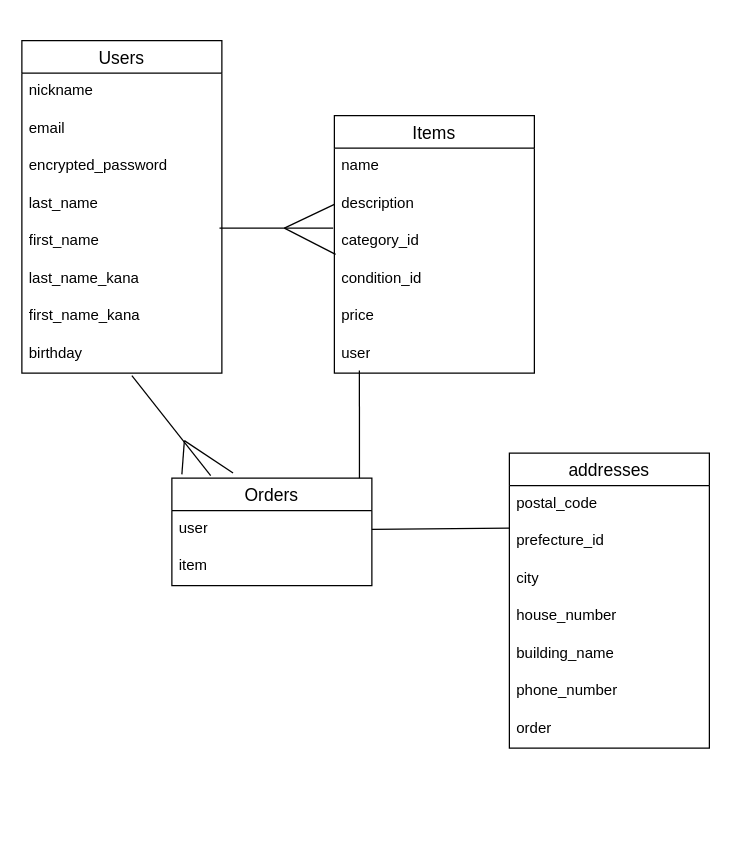
Earlier version of the draw.io diagram test.dio (toshi199709/furima-42323). Source tidied: cells renumbered, new cells numbered last; positions are measured from the earlier drawing's top-left corner, leaving out a move shared by most shapes. Both pictures are drawn from the tidied source at 125%, with x=0, y=0 at pixel (21, 40).
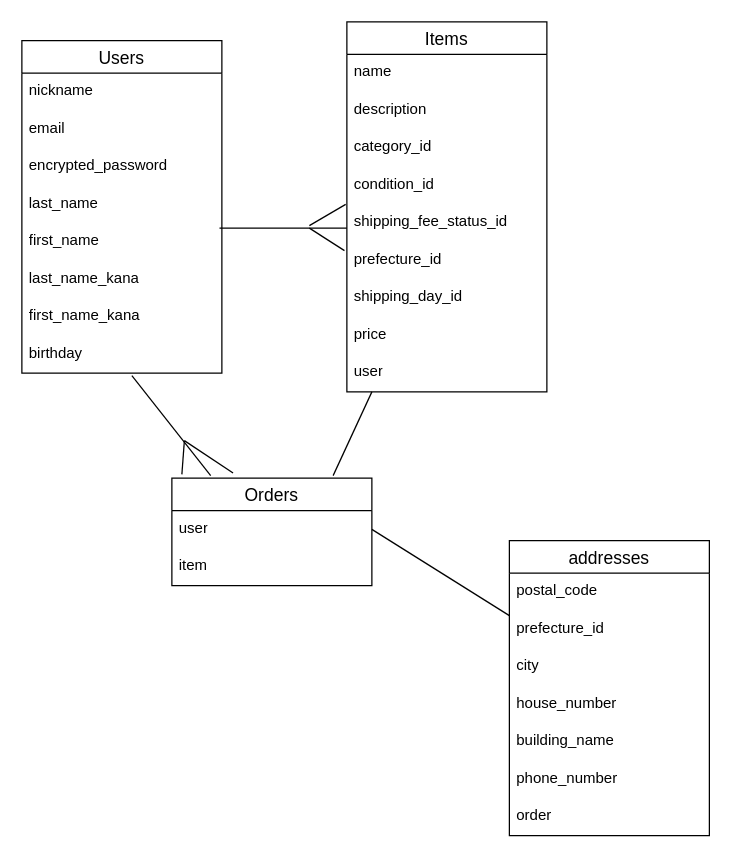
After the change.

The change refers to these unchanged cells:
```xml
<mxCell id="7" value="first_name&lt;div&gt;&lt;br&gt;&lt;/div&gt;" style="text;strokeColor=none;fillColor=none;spacingLeft=4;spacingRight=4;overflow=hidden;points=[[0,0.5],[1,0.5]];portConstraint=eastwest;fontSize=12;whiteSpace=wrap;html=1;" parent="2" vertex="1">
  <mxGeometry y="146" width="160" height="30" as="geometry" />
</mxCell>
<mxCell id="13" value="description" style="text;strokeColor=none;fillColor=none;spacingLeft=4;spacingRight=4;overflow=hidden;points=[[0,0.5],[1,0.5]];portConstraint=eastwest;fontSize=12;whiteSpace=wrap;html=1;" parent="11" vertex="1">
  <mxGeometry y="56" width="160" height="30" as="geometry" />
</mxCell>
<mxCell id="14" value="category_id" style="text;strokeColor=none;fillColor=none;spacingLeft=4;spacingRight=4;overflow=hidden;points=[[0,0.5],[1,0.5]];portConstraint=eastwest;fontSize=12;whiteSpace=wrap;html=1;" parent="11" vertex="1">
  <mxGeometry y="86" width="160" height="30" as="geometry" />
</mxCell>
<mxCell id="15" value="condition_id" style="text;strokeColor=none;fillColor=none;spacingLeft=4;spacingRight=4;overflow=hidden;points=[[0,0.5],[1,0.5]];portConstraint=eastwest;fontSize=12;whiteSpace=wrap;html=1;" parent="11" vertex="1">
  <mxGeometry y="116" width="160" height="30" as="geometry" />
</mxCell>
<mxCell id="18" value="Orders" style="swimlane;fontStyle=0;horizontal=1;startSize=26;align=center;fontSize=14;" parent="1" vertex="1">
  <mxGeometry x="120" y="350" width="160" height="86" as="geometry" />
</mxCell>
```

Change to the diagram source:
```diff
@@
     <mxCell id="11" value="Items" style="swimlane;fontStyle=0;horizontal=1;startSize=26;align=center;fontSize=14;" parent="1" vertex="1">
-      <mxGeometry x="250" y="60" width="160" height="206" as="geometry" />
+      <mxGeometry x="260" y="-15" width="160" height="296" as="geometry" />
     </mxCell>
@@
+    <mxCell id="36" value="shipping_fee_status_id" style="text;strokeColor=none;fillColor=none;spacingLeft=4;spacingRight=4;overflow=hidden;fontSize=12;whiteSpace=wrap;html=1;" parent="11" vertex="1">
+      <mxGeometry y="146" width="160" height="30" as="geometry" />
+    </mxCell>
+    <mxCell id="37" value="prefecture_id" style="text;strokeColor=none;fillColor=none;spacingLeft=4;spacingRight=4;overflow=hidden;points=[[0,0.5],[1,0.5]];portConstraint=eastwest;fontSize=12;whiteSpace=wrap;html=1;" parent="11" vertex="1">
+      <mxGeometry y="176" width="160" height="30" as="geometry" />
+    </mxCell>
+    <mxCell id="38" value="shipping_day_id" style="text;strokeColor=none;fillColor=none;spacingLeft=4;spacingRight=4;overflow=hidden;fontSize=12;whiteSpace=wrap;html=1;" parent="11" vertex="1">
+      <mxGeometry y="206" width="160" height="30" as="geometry" />
+    </mxCell>
     <mxCell id="16" value="price" style="text;strokeColor=none;fillColor=none;spacingLeft=4;spacingRight=4;overflow=hidden;fontSize=12;whiteSpace=wrap;html=1;" parent="11" vertex="1">
-      <mxGeometry y="146" width="160" height="30" as="geometry" />
+      <mxGeometry y="236" width="160" height="30" as="geometry" />
     </mxCell>
     <mxCell id="17" value="user" style="text;strokeColor=none;fillColor=none;spacingLeft=4;spacingRight=4;overflow=hidden;points=[[0,0.5],[1,0.5]];portConstraint=eastwest;fontSize=12;whiteSpace=wrap;html=1;" parent="11" vertex="1">
-      <mxGeometry y="176" width="160" height="30" as="geometry" />
+      <mxGeometry y="266" width="160" height="30" as="geometry" />
     </mxCell>
@@
     <mxCell id="21" value="addresses" style="swimlane;fontStyle=0;horizontal=1;startSize=26;align=center;fontSize=14;" parent="1" vertex="1">
-      <mxGeometry x="390" y="330" width="160" height="236" as="geometry" />
+      <mxGeometry x="390" y="400" width="160" height="236" as="geometry" />
     </mxCell>
@@
-    <mxCell id="29" style="endArrow=none;html=1;exitX=0.988;exitY=0.133;exitDx=0;exitDy=0;exitPerimeter=0;entryX=-0.006;entryY=0.133;entryDx=0;entryDy=0;entryPerimeter=0;" parent="1" edge="1" source="7" target="14">
-      <mxGeometry relative="1" as="geometry" />
+    <mxCell id="29" style="endArrow=none;html=1;exitX=0.988;exitY=0.133;exitDx=0;exitDy=0;exitPerimeter=0;" parent="1" edge="1" source="7">
+      <mxGeometry relative="1" as="geometry">
+        <mxPoint x="260" y="150" as="targetPoint" />
+      </mxGeometry>
     </mxCell>
-    <mxCell id="30" style="endArrow=none;html=1;entryX=0;entryY=0.5;entryDx=0;entryDy=0;" parent="1" edge="1" target="13">
-      <mxGeometry relative="1" as="geometry">
-        <mxPoint x="210" y="150" as="sourcePoint" />
-      </mxGeometry>
-    </mxCell>
-    <mxCell id="31" style="endArrow=none;html=1;entryX=0.006;entryY=0.833;entryDx=0;entryDy=0;entryPerimeter=0;" parent="1" edge="1" target="14">
-      <mxGeometry relative="1" as="geometry">
-        <mxPoint x="210" y="150" as="sourcePoint" />
-      </mxGeometry>
-    </mxCell>
@@
-    <mxCell id="36" style="endArrow=none;html=1;exitX=0.938;exitY=0;exitDx=0;exitDy=0;exitPerimeter=0;entryX=0.125;entryY=0.933;entryDx=0;entryDy=0;entryPerimeter=0;" parent="1" edge="1" source="18" target="17">
-      <mxGeometry relative="1" as="geometry" />
-    </mxCell>
+    <mxCell id="39" style="endArrow=none;html=1;rounded=0;entryX=-0.006;entryY=1;entryDx=0;entryDy=0;entryPerimeter=0;" parent="1" edge="1" target="15">
+      <mxGeometry relative="1" as="geometry">
+        <mxPoint x="230" y="148" as="sourcePoint" />
+      </mxGeometry>
+    </mxCell>
+    <mxCell id="40" style="endArrow=none;html=1;rounded=0;entryX=-0.012;entryY=0.233;entryDx=0;entryDy=0;entryPerimeter=0;" parent="1" edge="1" target="37">
+      <mxGeometry relative="1" as="geometry">
+        <mxPoint x="230" y="150" as="sourcePoint" />
+      </mxGeometry>
+    </mxCell>
+    <mxCell id="41" style="endArrow=none;html=1;rounded=0;exitX=0.806;exitY=-0.035;exitDx=0;exitDy=0;exitPerimeter=0;" parent="1" edge="1">
+      <mxGeometry relative="1" as="geometry">
+        <mxPoint x="249" y="348" as="sourcePoint" />
+        <mxPoint x="280" y="281" as="targetPoint" />
+      </mxGeometry>
+    </mxCell>
```
